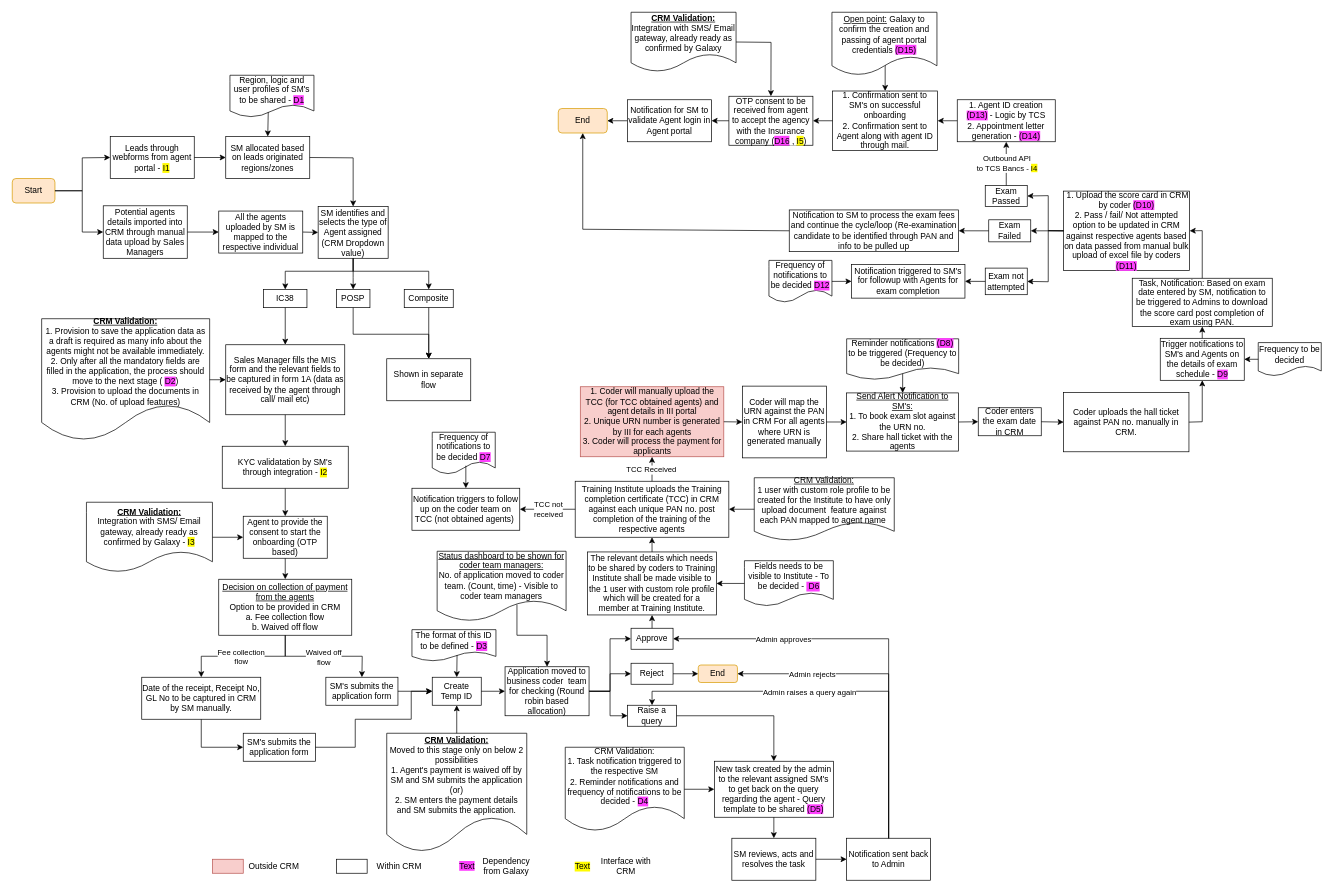
shaileshsreedar/Galaxy keeps this draw.io diagram as Agent Onboarding POSP.drawio. Above is the earlier version. Source tidied: cells renumbered, new cells numbered last; positions are measured from the earlier drawing's top-left corner, leaving out a move shared by most shapes. Both pictures are drawn from the tidied source at 70%, with x=0, y=0 at pixel (12, 12).
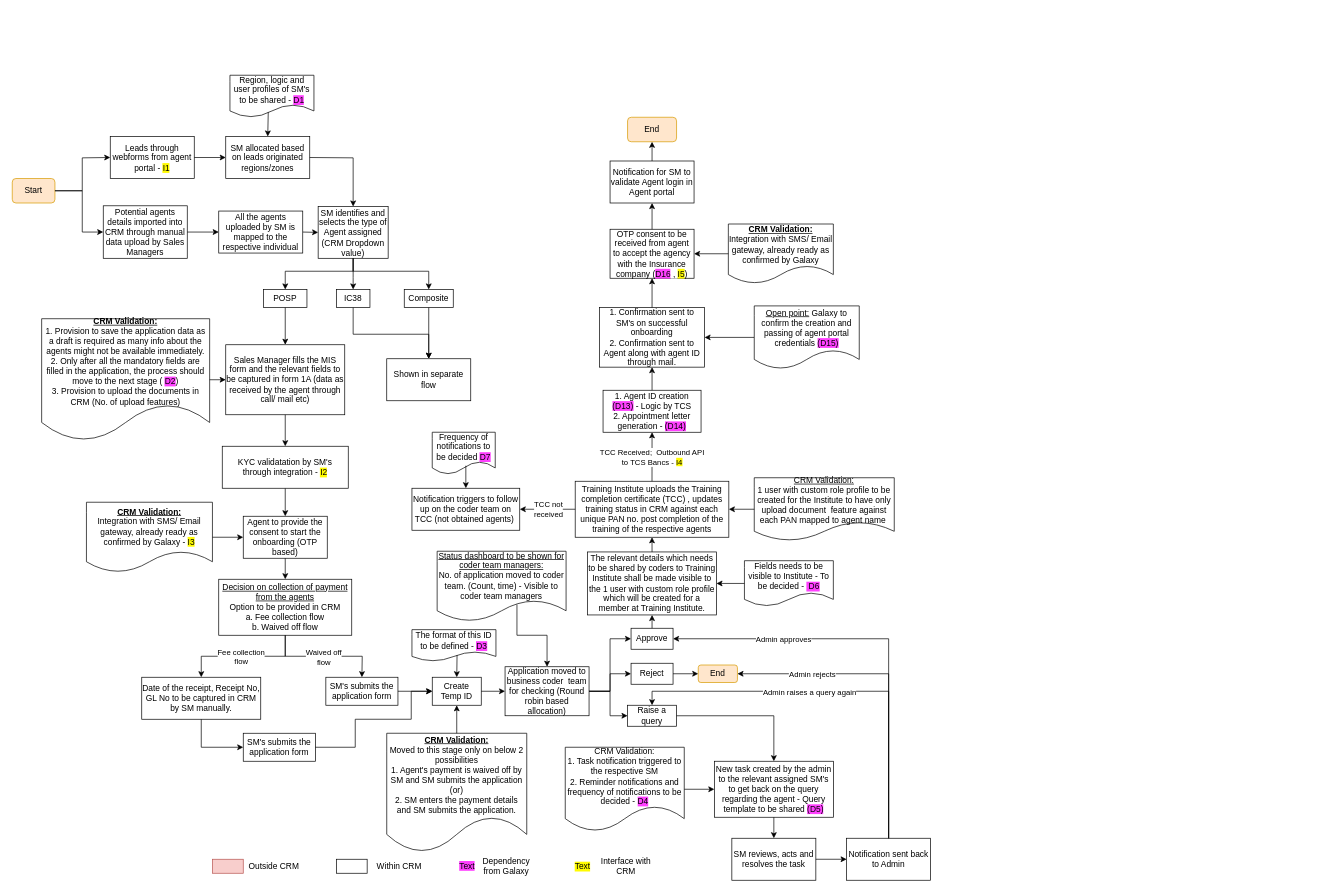
Above is the later version.

The edit, as a diff of the source:
```diff
@@
-    <mxCell id="6" value="IC38" style="rounded=0;whiteSpace=wrap;html=1;" parent="1" vertex="1">
+    <mxCell id="6" value="POSP" style="rounded=0;whiteSpace=wrap;html=1;" parent="1" vertex="1">
       <mxGeometry x="359" y="396" width="62" height="26" as="geometry" />
     </mxCell>
-    <mxCell id="7" value="POSP" style="rounded=0;whiteSpace=wrap;html=1;" parent="1" vertex="1">
+    <mxCell id="7" value="IC38" style="rounded=0;whiteSpace=wrap;html=1;" parent="1" vertex="1">
       <mxGeometry x="463" y="396" width="48" height="26" as="geometry" />
     </mxCell>
@@
-    <mxCell id="9" style="endArrow=classic;html=1;rounded=0;exitX=0;exitY=0.5;exitDx=0;exitDy=0;entryX=1;entryY=0.5;entryDx=0;entryDy=0;" parent="1" edge="1" source="91" target="13">
+    <mxCell id="9" style="endArrow=classic;html=1;rounded=0;exitX=0.5;exitY=0;exitDx=0;exitDy=0;entryX=0.5;entryY=1;entryDx=0;entryDy=0;" parent="1" edge="1" source="91" target="13">
       <mxGeometry relative="1" as="geometry" />
     </mxCell>
@@
     <mxCell id="13" value="End" style="rounded=1;whiteSpace=wrap;html=1;fillColor=#ffe6cc;strokeColor=#d79b00;" parent="1" vertex="1">
-      <mxGeometry x="780" y="137.5" width="70" height="35" as="geometry" />
+      <mxGeometry x="879" y="150" width="70" height="35" as="geometry" />
     </mxCell>
@@
-    <mxCell id="63" value="Training Institute uploads the Training completion certificate (TCC) in CRM against each unique PAN no. post completion of the training of the respective agents" style="rounded=0;whiteSpace=wrap;html=1;" parent="1" vertex="1">
+    <mxCell id="63" value="Training Institute uploads the Training completion certificate (TCC) , updates training status in CRM against each unique PAN no. post completion of the training of the respective agents" style="rounded=0;whiteSpace=wrap;html=1;" parent="1" vertex="1">
       <mxGeometry x="804.2" y="670" width="219.5" height="80" as="geometry" />
     </mxCell>
@@
-    <mxCell id="67" style="endArrow=classic;html=1;rounded=0;exitX=0.5;exitY=0;exitDx=0;exitDy=0;entryX=0.5;entryY=1;entryDx=0;entryDy=0;" parent="1" edge="1" source="63" target="69">
-      <mxGeometry relative="1" as="geometry" />
-    </mxCell>
-    <mxCell id="68" value="TCC Received" style="edgeLabel;html=1;align=center;verticalAlign=middle;" parent="67" vertex="1">
-      <mxGeometry x="-0.27" y="1" relative="1" as="geometry">
-        <mxPoint y="-3" as="offset" />
-      </mxGeometry>
-    </mxCell>
-    <mxCell id="69" value="1. Coder will manually upload the TCC (for TCC obtained agents) and agent details in III portal&lt;div&gt;2. Unique URN number is generated by III for each agents&lt;/div&gt;&lt;div&gt;3. Coder will process the payment for applicants&lt;/div&gt;" style="rounded=0;whiteSpace=wrap;html=1;fillColor=#f8cecc;strokeColor=#b85450;" parent="1" vertex="1">
-      <mxGeometry x="811.5" y="535" width="205" height="100" as="geometry" />
-    </mxCell>
-    <mxCell id="70" value="Coder will map the URN against the PAN in CRM For all agents where URN is generated manually" style="rounded=0;whiteSpace=wrap;html=1;" parent="1" vertex="1">
-      <mxGeometry x="1043" y="534.1" width="120" height="102.5" as="geometry" />
-    </mxCell>
-    <mxCell id="71" style="endArrow=classic;html=1;rounded=0;exitX=1;exitY=0.5;exitDx=0;exitDy=0;entryX=0;entryY=0.5;entryDx=0;entryDy=0;" parent="1" edge="1" source="69" target="70">
-      <mxGeometry relative="1" as="geometry" />
-    </mxCell>
-    <mxCell id="72" value="&lt;u&gt;Send Alert Notification to SM's:&lt;/u&gt;&lt;div&gt;1. To book exam slot against the URN no.&lt;/div&gt;&lt;div&gt;2. Share hall ticket with the agents&lt;/div&gt;" style="rounded=0;whiteSpace=wrap;html=1;" parent="1" vertex="1">
-      <mxGeometry x="1192" y="543.8" width="160" height="83.1" as="geometry" />
-    </mxCell>
-    <mxCell id="73" style="endArrow=classic;html=1;rounded=0;exitX=1;exitY=0.5;exitDx=0;exitDy=0;" parent="1" edge="1" source="70" target="72">
-      <mxGeometry relative="1" as="geometry" />
-    </mxCell>
-    <mxCell id="74" value="Reminder notifications &lt;span style=&quot;background-color: rgb(255, 64, 255);&quot;&gt;(D8)&lt;/span&gt; to be triggered (Frequency to be decided)" style="shape=document;whiteSpace=wrap;html=1;boundedLbl=1;" parent="1" vertex="1">
-      <mxGeometry x="1192" y="466.5" width="160" height="58.5" as="geometry" />
-    </mxCell>
-    <mxCell id="75" style="endArrow=classic;html=1;rounded=0;entryX=0.5;entryY=0;entryDx=0;entryDy=0;exitX=0.5;exitY=0.846;exitDx=0;exitDy=0;exitPerimeter=0;" parent="1" edge="1" source="74" target="72">
-      <mxGeometry relative="1" as="geometry" />
-    </mxCell>
-    <mxCell id="76" style="endArrow=classic;html=1;rounded=0;exitX=1;exitY=0.5;exitDx=0;exitDy=0;entryX=0;entryY=0.5;entryDx=0;entryDy=0;" parent="1" edge="1" source="72" target="99">
-      <mxGeometry relative="1" as="geometry" />
-    </mxCell>
-    <mxCell id="77" value="Coder uploads the hall ticket against PAN no. manually in CRM." style="rounded=0;whiteSpace=wrap;html=1;" parent="1" vertex="1">
-      <mxGeometry x="1502" y="543.2" width="179" height="84.7" as="geometry" />
-    </mxCell>
-    <mxCell id="78" value="Trigger notifications to SM's and Agents on the details of exam schedule - &lt;span style=&quot;background-color: rgb(255, 64, 255);&quot;&gt;D9&lt;/span&gt;" style="rounded=0;whiteSpace=wrap;html=1;" parent="1" vertex="1">
-      <mxGeometry x="1640" y="465.8" width="120" height="60" as="geometry" />
-    </mxCell>
-    <mxCell id="79" value="Frequency to be decided" style="shape=document;whiteSpace=wrap;html=1;boundedLbl=1;" parent="1" vertex="1">
-      <mxGeometry x="1780" y="471.9" width="90" height="47.7" as="geometry" />
-    </mxCell>
-    <mxCell id="80" style="endArrow=classic;html=1;rounded=0;exitX=0;exitY=0.5;exitDx=0;exitDy=0;entryX=1;entryY=0.5;entryDx=0;entryDy=0;" parent="1" edge="1" source="79" target="78">
-      <mxGeometry relative="1" as="geometry" />
-    </mxCell>
-    <mxCell id="81" style="endArrow=classic;html=1;rounded=0;exitX=1;exitY=0.5;exitDx=0;exitDy=0;entryX=0.5;entryY=1;entryDx=0;entryDy=0;" parent="1" edge="1" source="77" target="78">
-      <mxGeometry relative="1" as="geometry">
-        <Array as="points">
-          <mxPoint x="1700" y="585" />
-        </Array>
-      </mxGeometry>
-    </mxCell>
-    <mxCell id="82" value="Task, Notification: Based on exam date entered by SM, notification to be triggered to Admins to download the score card post completion of exam using PAN." style="rounded=0;whiteSpace=wrap;html=1;" parent="1" vertex="1">
-      <mxGeometry x="1600" y="380" width="200" height="69" as="geometry" />
-    </mxCell>
-    <mxCell id="83" style="endArrow=classic;html=1;rounded=0;exitX=0.5;exitY=0;exitDx=0;exitDy=0;entryX=0.5;entryY=1;entryDx=0;entryDy=0;" parent="1" edge="1" source="78" target="82">
-      <mxGeometry relative="1" as="geometry" />
-    </mxCell>
-    <mxCell id="84" value="&amp;nbsp;1. Upload the score card in CRM by coder&amp;nbsp;&lt;span style=&quot;background-color: rgb(255, 64, 255);&quot;&gt;(D10)&lt;/span&gt;&lt;div&gt;2. Pass / fail/ Not attempted option to be updated in CRM against respective agents based on data passed from manual bulk upload of excel file by coders &lt;span style=&quot;background-color: rgb(255, 64, 255);&quot;&gt;(D11)&lt;/span&gt;&lt;/div&gt;" style="rounded=0;whiteSpace=wrap;html=1;" parent="1" vertex="1">
-      <mxGeometry x="1502" y="255.5" width="180" height="113.5" as="geometry" />
-    </mxCell>
-    <mxCell id="85" style="endArrow=classic;html=1;rounded=0;exitX=0.5;exitY=0;exitDx=0;exitDy=0;entryX=1;entryY=0.5;entryDx=0;entryDy=0;" parent="1" edge="1" source="82" target="84">
-      <mxGeometry relative="1" as="geometry">
-        <Array as="points">
-          <mxPoint x="1700" y="312" />
-        </Array>
-      </mxGeometry>
-    </mxCell>
-    <mxCell id="86" value="Exam Passed" style="rounded=0;whiteSpace=wrap;html=1;" parent="1" vertex="1">
-      <mxGeometry x="1390" y="247.5" width="60" height="30" as="geometry" />
-    </mxCell>
-    <mxCell id="87" value="Exam Failed" style="rounded=0;whiteSpace=wrap;html=1;" parent="1" vertex="1">
-      <mxGeometry x="1395" y="296.5" width="60" height="31.5" as="geometry" />
-    </mxCell>
-    <mxCell id="88" style="endArrow=classic;html=1;rounded=0;exitX=0;exitY=0.5;exitDx=0;exitDy=0;entryX=1;entryY=0.5;entryDx=0;entryDy=0;" parent="1" edge="1" source="84" target="86">
-      <mxGeometry relative="1" as="geometry">
-        <Array as="points">
-          <mxPoint x="1480" y="312" />
-          <mxPoint x="1480" y="262" />
-        </Array>
-      </mxGeometry>
-    </mxCell>
     <mxCell id="89" value="1. Agent ID creation &lt;span style=&quot;background-color: rgb(255, 64, 255);&quot;&gt;(D13)&lt;/span&gt; - Logic by TCS&lt;div&gt;2. Appointment letter generation - &lt;span style=&quot;background-color: rgb(255, 64, 255);&quot;&gt;(D14)&lt;/span&gt;&lt;/div&gt;" style="rounded=0;whiteSpace=wrap;html=1;" parent="1" vertex="1">
-      <mxGeometry x="1350" y="125" width="140" height="60" as="geometry" />
+      <mxGeometry x="844" y="540" width="140" height="60" as="geometry" />
     </mxCell>
     <mxCell id="90" value="1. Confirmation sent to SM's on successful onboarding&lt;div&gt;2. Confirmation sent to Agent along with agent ID through mail.&lt;/div&gt;" style="rounded=0;whiteSpace=wrap;html=1;" parent="1" vertex="1">
-      <mxGeometry x="1172" y="112.5" width="150" height="85" as="geometry" />
+      <mxGeometry x="839" y="422" width="150" height="85" as="geometry" />
     </mxCell>
     <mxCell id="91" value="Notification for SM to validate Agent login in Agent portal" style="rounded=0;whiteSpace=wrap;html=1;" parent="1" vertex="1">
-      <mxGeometry x="879" y="125" width="120" height="60" as="geometry" />
+      <mxGeometry x="854" y="212.5" width="120" height="60" as="geometry" />
     </mxCell>
-    <mxCell id="92" style="endArrow=classic;html=1;rounded=0;exitX=0;exitY=0.5;exitDx=0;exitDy=0;entryX=1;entryY=0.5;entryDx=0;entryDy=0;" parent="1" edge="1" source="90" target="102">
+    <mxCell id="92" style="endArrow=classic;html=1;rounded=0;exitX=0.5;exitY=0;exitDx=0;exitDy=0;entryX=0.5;entryY=1;entryDx=0;entryDy=0;" parent="1" edge="1" source="90" target="102">
       <mxGeometry relative="1" as="geometry" />
     </mxCell>
-    <mxCell id="93" value="Notification to SM to process the exam fees and continue the cycle/loop (Re-examination candidate to be identified through PAN and info to be pulled up" style="rounded=0;whiteSpace=wrap;html=1;" parent="1" vertex="1">
-      <mxGeometry x="1110" y="282.4" width="242" height="59.6" as="geometry" />
-    </mxCell>
-    <mxCell id="94" style="endArrow=classic;html=1;rounded=0;exitX=0;exitY=0.5;exitDx=0;exitDy=0;entryX=1;entryY=0.5;entryDx=0;entryDy=0;" parent="1" edge="1" source="87" target="93">
-      <mxGeometry relative="1" as="geometry" />
-    </mxCell>
-    <mxCell id="95" style="endArrow=classic;html=1;rounded=0;exitX=0;exitY=0.5;exitDx=0;exitDy=0;entryX=0.5;entryY=1;entryDx=0;entryDy=0;" parent="1" edge="1" source="93" target="13">
-      <mxGeometry relative="1" as="geometry">
-        <Array as="points">
-          <mxPoint x="815" y="310" />
-        </Array>
-      </mxGeometry>
-    </mxCell>
@@
-    <mxCell id="99" value="Coder enters the exam date in CRM" style="rounded=0;whiteSpace=wrap;html=1;" parent="1" vertex="1">
-      <mxGeometry x="1380" y="565" width="90" height="40" as="geometry" />
-    </mxCell>
-    <mxCell id="100" style="endArrow=classic;html=1;rounded=0;exitX=1;exitY=0.5;exitDx=0;exitDy=0;entryX=0;entryY=0.5;entryDx=0;entryDy=0;" parent="1" edge="1" source="99" target="77">
-      <mxGeometry relative="1" as="geometry" />
-    </mxCell>
-    <mxCell id="101" style="endArrow=classic;html=1;rounded=0;exitX=0;exitY=0.5;exitDx=0;exitDy=0;entryX=1;entryY=0.5;entryDx=0;entryDy=0;" parent="1" edge="1" source="89" target="90">
+    <mxCell id="101" style="endArrow=classic;html=1;rounded=0;exitX=0.5;exitY=0;exitDx=0;exitDy=0;entryX=0.5;entryY=1;entryDx=0;entryDy=0;" parent="1" edge="1" source="89" target="90">
       <mxGeometry relative="1" as="geometry" />
     </mxCell>
     <mxCell id="102" value="OTP consent to be received from agent to accept the agency with the Insurance company (&lt;span style=&quot;background-color: rgb(255, 64, 255);&quot;&gt;D16&lt;/span&gt;&lt;span style=&quot;background-color: rgb(255, 255, 255);&quot;&gt;&amp;nbsp;, &lt;/span&gt;&lt;span style=&quot;background-color: rgb(255, 251, 0);&quot;&gt;I5&lt;/span&gt;)" style="rounded=0;whiteSpace=wrap;html=1;" parent="1" vertex="1">
-      <mxGeometry x="1023.8" y="120" width="120" height="70" as="geometry" />
+      <mxGeometry x="854" y="310" width="120" height="70" as="geometry" />
     </mxCell>
-    <mxCell id="103" style="endArrow=classic;html=1;rounded=0;exitX=0;exitY=0.5;exitDx=0;exitDy=0;entryX=1;entryY=0.5;entryDx=0;entryDy=0;" parent="1" edge="1" source="102" target="91">
+    <mxCell id="103" style="endArrow=classic;html=1;rounded=0;exitX=0.5;exitY=0;exitDx=0;exitDy=0;entryX=0.5;entryY=1;entryDx=0;entryDy=0;" parent="1" edge="1" source="102" target="91">
       <mxGeometry relative="1" as="geometry" />
     </mxCell>
@@
-    <mxCell id="110" value="Exam not attempted" style="rounded=0;whiteSpace=wrap;html=1;" parent="1" vertex="1">
-      <mxGeometry x="1390" y="365.5" width="60" height="38" as="geometry" />
-    </mxCell>
-    <mxCell id="111" style="endArrow=classic;html=1;rounded=0;exitX=0;exitY=0.5;exitDx=0;exitDy=0;entryX=1;entryY=0.5;entryDx=0;entryDy=0;" parent="1" edge="1" source="110" target="112">
-      <mxGeometry relative="1" as="geometry" />
-    </mxCell>
-    <mxCell id="112" value="Notification triggered to SM's for followup with Agents for exam completion" style="rounded=0;whiteSpace=wrap;html=1;" parent="1" vertex="1">
-      <mxGeometry x="1199" y="360.5" width="162" height="47.9" as="geometry" />
-    </mxCell>
-    <mxCell id="113" value="Frequency of notifications to be decided &lt;span style=&quot;background-color: rgb(255, 64, 255);&quot;&gt;D12&lt;/span&gt;" style="shape=document;whiteSpace=wrap;html=1;boundedLbl=1;" parent="1" vertex="1">
-      <mxGeometry x="1081" y="354.5" width="90" height="60" as="geometry" />
-    </mxCell>
-    <mxCell id="114" style="endArrow=classic;html=1;rounded=0;entryX=0;entryY=0.5;entryDx=0;entryDy=0;exitX=1;exitY=0.5;exitDx=0;exitDy=0;" parent="1" edge="1" source="113" target="112">
-      <mxGeometry relative="1" as="geometry" />
-    </mxCell>
@@
-    <mxCell id="128" style="endArrow=classic;html=1;rounded=0;exitX=0.507;exitY=0.822;exitDx=0;exitDy=0;entryX=0.5;entryY=0;entryDx=0;entryDy=0;exitPerimeter=0;" parent="1" edge="1" source="135" target="90">
+    <mxCell id="128" style="endArrow=classic;html=1;rounded=0;exitX=0;exitY=0.5;exitDx=0;exitDy=0;entryX=1;entryY=0.5;entryDx=0;entryDy=0;" parent="1" edge="1" source="135" target="90">
       <mxGeometry relative="1" as="geometry" />
     </mxCell>
-    <mxCell id="129" style="endArrow=classic;html=1;rounded=0;exitX=0;exitY=0.5;exitDx=0;exitDy=0;entryX=1;entryY=0.5;entryDx=0;entryDy=0;" parent="1" edge="1" source="84" target="87">
-      <mxGeometry relative="1" as="geometry" />
-    </mxCell>
-    <mxCell id="130" style="endArrow=classic;html=1;rounded=0;exitX=0;exitY=0.5;exitDx=0;exitDy=0;entryX=1;entryY=0.5;entryDx=0;entryDy=0;" parent="1" edge="1" source="84" target="110">
-      <mxGeometry relative="1" as="geometry">
-        <Array as="points">
-          <mxPoint x="1480" y="312" />
-          <mxPoint x="1480" y="385" />
-        </Array>
-      </mxGeometry>
-    </mxCell>
@@
     <mxCell id="135" value="&lt;u style=&quot;background-color: rgb(255, 255, 255);&quot;&gt;Open point:&lt;/u&gt;&amp;nbsp;Galaxy to confirm the creation and passing of agent portal credentials&amp;nbsp;&lt;span style=&quot;background-color: rgb(255, 64, 255);&quot;&gt;(D15)&lt;/span&gt;" style="shape=document;whiteSpace=wrap;html=1;boundedLbl=1;" parent="1" vertex="1">
-      <mxGeometry x="1171" width="150" height="90" as="geometry" />
+      <mxGeometry x="1060" y="419.5" width="150" height="90" as="geometry" />
     </mxCell>
@@
-    <mxCell id="142" style="endArrow=classic;html=1;rounded=0;exitX=0.5;exitY=0;exitDx=0;exitDy=0;entryX=0.5;entryY=1;entryDx=0;entryDy=0;" parent="1" edge="1" source="86" target="89">
+    <mxCell id="142" style="endArrow=classic;html=1;rounded=0;exitX=0.5;exitY=0;exitDx=0;exitDy=0;entryX=0.5;entryY=1;entryDx=0;entryDy=0;" parent="1" edge="1" source="63" target="89">
       <mxGeometry relative="1" as="geometry" />
     </mxCell>
-    <mxCell id="143" value="Outbound API&lt;div&gt;to TCS Bancs - &lt;span style=&quot;background-color: rgb(255, 251, 0);&quot;&gt;I4&lt;/span&gt;&lt;/div&gt;" style="edgeLabel;html=1;align=center;verticalAlign=middle;" parent="142" vertex="1">
+    <mxCell id="143" value="TCC Received; &amp;nbsp;Outbound API&lt;div&gt;&lt;div&gt;to TCS Bancs - &lt;span style=&quot;background-color: rgb(255, 251, 0);&quot;&gt;I4&lt;/span&gt;&lt;/div&gt;&lt;/div&gt;" style="edgeLabel;html=1;align=center;verticalAlign=middle;" parent="142" vertex="1">
       <mxGeometry x="0.01" relative="1" as="geometry" />
     </mxCell>
@@
     <mxCell id="146" value="&lt;b&gt;&lt;u&gt;CRM Validation:&lt;/u&gt;&lt;/b&gt;&lt;div&gt;Integration with SMS/ Email gateway, already ready as confirmed by Galaxy&lt;/div&gt;" style="shape=document;whiteSpace=wrap;html=1;boundedLbl=1;" parent="1" vertex="1">
-      <mxGeometry x="884" width="150" height="85" as="geometry" />
+      <mxGeometry x="1023" y="302.5" width="150" height="85" as="geometry" />
     </mxCell>
-    <mxCell id="147" style="endArrow=classic;html=1;rounded=0;entryX=0.5;entryY=0;entryDx=0;entryDy=0;exitX=1;exitY=0.5;exitDx=0;exitDy=0;" parent="1" edge="1" source="146" target="102">
-      <mxGeometry relative="1" as="geometry">
-        <Array as="points">
-          <mxPoint x="1084" y="43" />
-        </Array>
-      </mxGeometry>
+    <mxCell id="147" style="endArrow=classic;html=1;rounded=0;exitX=0;exitY=0.5;exitDx=0;exitDy=0;entryX=1;entryY=0.5;entryDx=0;entryDy=0;" parent="1" edge="1" source="146" target="102">
+      <mxGeometry relative="1" as="geometry" />
     </mxCell>
```
